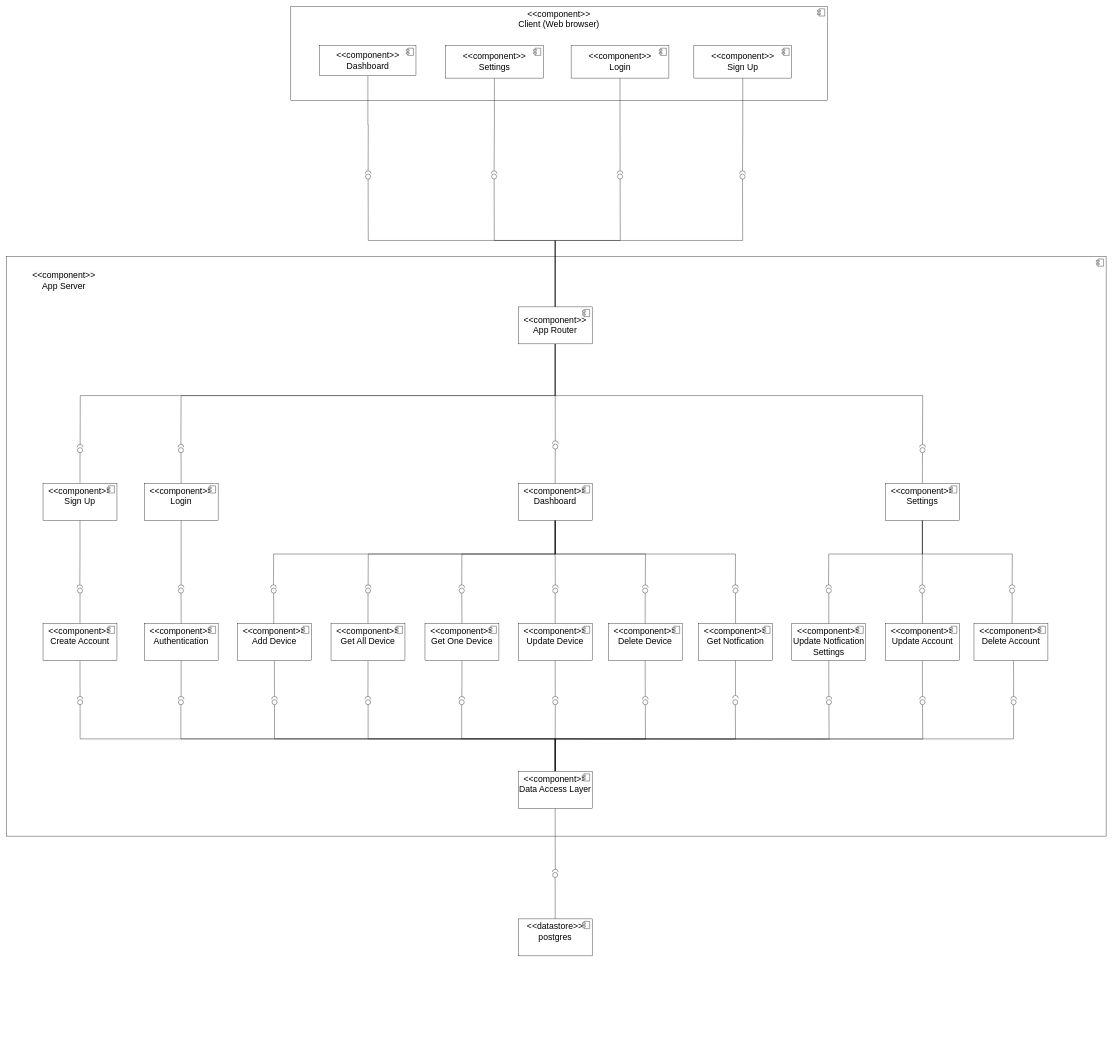
The draw.io diagram page "V2" (2 of 3) of Diagrams/compoment_diagram.drawio in AlexGithub777/BAP---Project, before the edit. Source tidied: cells renumbered, new cells numbered last; positions are measured from the earlier drawing's top-left corner, leaving out a move shared by most shapes. Both pictures are drawn from the tidied source at 36%, with x=0, y=0 at pixel (6, 6).
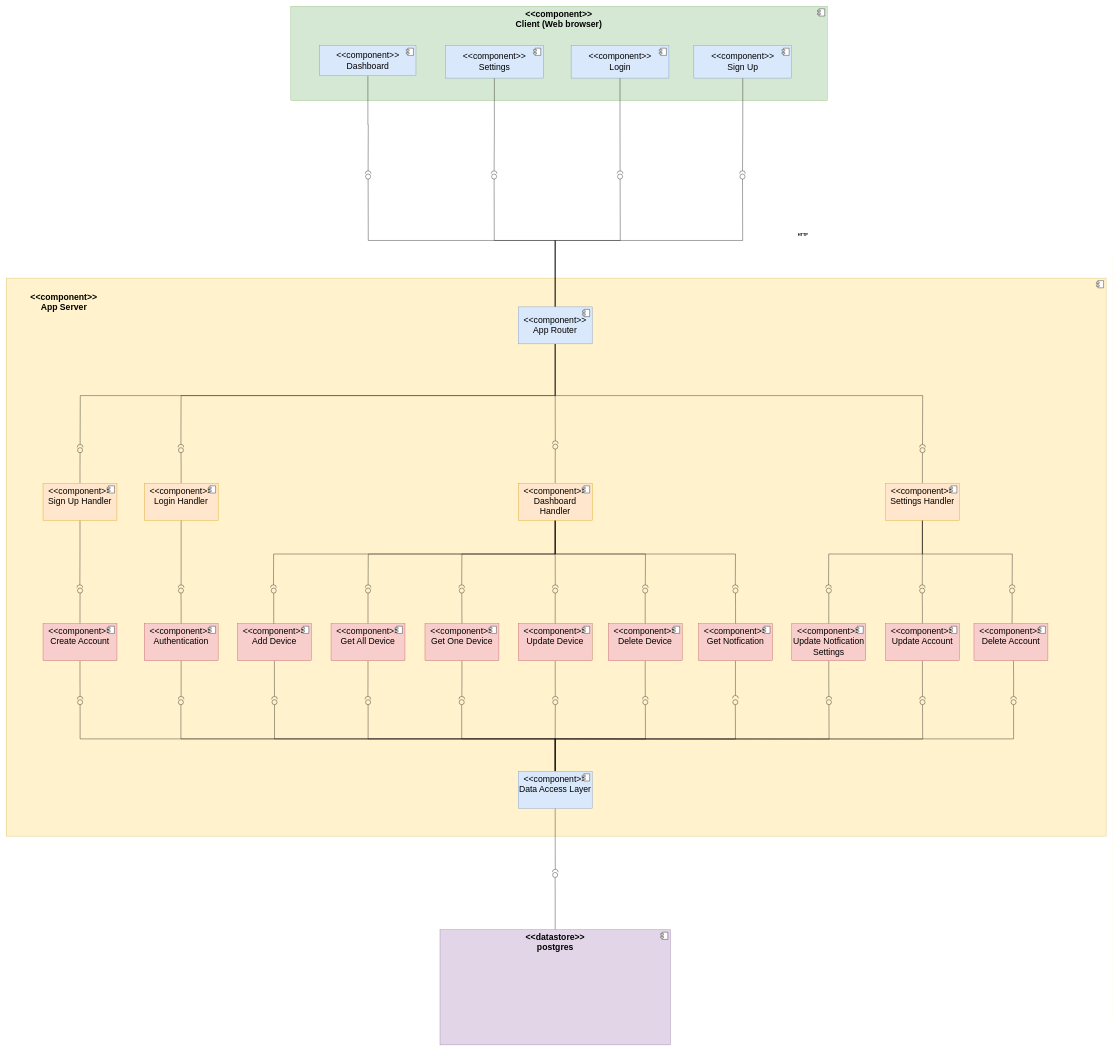
The same page after the edit.

Change to the diagram source:
```diff
@@
-    <mxCell id="2" style="html=1;whiteSpace=wrap;verticalAlign=top;fontSize=24;" parent="1" vertex="1">
-      <mxGeometry x="-0.3" y="695" width="3055.3" height="1610" as="geometry" />
+    <mxCell id="2" style="html=1;whiteSpace=wrap;verticalAlign=top;fontSize=24;fillColor=#fff2cc;strokeColor=#d6b656;" parent="1" vertex="1">
+      <mxGeometry x="-0.3" y="755" width="3055.3" height="1550" as="geometry" />
     </mxCell>
@@
-    <mxCell id="4" value="&amp;lt;&amp;lt;component&amp;gt;&amp;gt;&lt;br style=&quot;font-size: 24px;&quot;&gt;Client (Web browser)" style="html=1;whiteSpace=wrap;verticalAlign=top;fontSize=24;" parent="1" vertex="1">
+    <mxCell id="4" value="&lt;b&gt;&amp;lt;&amp;lt;component&amp;gt;&amp;gt;&lt;br style=&quot;font-size: 24px;&quot;&gt;Client (Web browser)&lt;/b&gt;" style="html=1;whiteSpace=wrap;verticalAlign=top;fontSize=24;fillColor=#d5e8d4;strokeColor=#82b366;" parent="1" vertex="1">
       <mxGeometry x="790.4" width="1490" height="261.8" as="geometry" />
     </mxCell>
@@
-    <mxCell id="7" value="&amp;lt;&amp;lt;component&amp;gt;&amp;gt;&lt;br style=&quot;font-size: 24px;&quot;&gt;Dashboard" style="html=1;whiteSpace=wrap;fontSize=24;" parent="1" vertex="1">
+    <mxCell id="7" value="&amp;lt;&amp;lt;component&amp;gt;&amp;gt;&lt;br style=&quot;font-size: 24px;&quot;&gt;Dashboard" style="html=1;whiteSpace=wrap;fontSize=24;fillColor=#dae8fc;strokeColor=#6c8ebf;" parent="1" vertex="1">
       <mxGeometry x="870.8" y="109.4" width="267.2" height="83.5" as="geometry" />
     </mxCell>
@@
-    <mxCell id="10" value="&amp;lt;&amp;lt;component&amp;gt;&amp;gt;&lt;br&gt;Settings" style="html=1;whiteSpace=wrap;fontSize=24;" parent="1" vertex="1">
+    <mxCell id="10" value="&amp;lt;&amp;lt;component&amp;gt;&amp;gt;&lt;br&gt;Settings" style="html=1;whiteSpace=wrap;fontSize=24;fillColor=#dae8fc;strokeColor=#6c8ebf;" parent="1" vertex="1">
       <mxGeometry x="1219.9" y="109.4" width="271.7" height="90" as="geometry" />
     </mxCell>
@@
-    <mxCell id="14" value="&amp;lt;&amp;lt;component&amp;gt;&amp;gt;&lt;div&gt;Get One Device&lt;/div&gt;" style="html=1;whiteSpace=wrap;verticalAlign=top;fontSize=24;" parent="1" vertex="1">
+    <mxCell id="14" value="&amp;lt;&amp;lt;component&amp;gt;&amp;gt;&lt;div&gt;Get One Device&lt;/div&gt;" style="html=1;whiteSpace=wrap;verticalAlign=top;fontSize=24;fillColor=#f8cecc;strokeColor=#b85450;" parent="1" vertex="1">
       <mxGeometry x="1163" y="1715" width="205.4" height="102.7" as="geometry" />
     </mxCell>
@@
-    <mxCell id="18" value="&lt;div style=&quot;font-size: 24px;&quot;&gt;&amp;lt;&amp;lt;component&amp;gt;&amp;gt;&lt;br&gt;Login&lt;div&gt;&lt;br&gt;&lt;/div&gt;&lt;/div&gt;" style="html=1;whiteSpace=wrap;verticalAlign=top;fontSize=24;" parent="1" vertex="1">
+    <mxCell id="18" value="&lt;div style=&quot;font-size: 24px;&quot;&gt;&amp;lt;&amp;lt;component&amp;gt;&amp;gt;&lt;br&gt;Login Handler&lt;div&gt;&lt;br&gt;&lt;/div&gt;&lt;/div&gt;" style="html=1;whiteSpace=wrap;verticalAlign=top;fontSize=24;fillColor=#ffe6cc;strokeColor=#d79b00;" parent="1" vertex="1">
       <mxGeometry x="383" y="1325" width="205.4" height="102.7" as="geometry" />
     </mxCell>
@@
-    <mxCell id="22" value="&amp;lt;&amp;lt;component&amp;gt;&amp;gt;&lt;div style=&quot;font-size: 24px;&quot;&gt;Get Notfication&lt;br style=&quot;font-size: 24px;&quot;&gt;&lt;/div&gt;" style="html=1;whiteSpace=wrap;verticalAlign=top;fontSize=24;" parent="1" vertex="1">
+    <mxCell id="22" value="&amp;lt;&amp;lt;component&amp;gt;&amp;gt;&lt;div style=&quot;font-size: 24px;&quot;&gt;Get Notfication&lt;br style=&quot;font-size: 24px;&quot;&gt;&lt;/div&gt;" style="html=1;whiteSpace=wrap;verticalAlign=top;fontSize=24;fillColor=#f8cecc;strokeColor=#b85450;" parent="1" vertex="1">
       <mxGeometry x="1923" y="1715" width="205.4" height="102.7" as="geometry" />
     </mxCell>
@@
-    <mxCell id="31" value="&lt;div style=&quot;font-size: 24px;&quot;&gt;&amp;lt;&amp;lt;component&amp;gt;&amp;gt;&lt;div&gt;Dashboard&lt;/div&gt;&lt;/div&gt;" style="html=1;whiteSpace=wrap;verticalAlign=top;fontSize=24;" parent="1" vertex="1">
+    <mxCell id="31" value="&lt;div style=&quot;font-size: 24px;&quot;&gt;&amp;lt;&amp;lt;component&amp;gt;&amp;gt;&lt;div&gt;Dashboard Handler&lt;/div&gt;&lt;/div&gt;" style="html=1;whiteSpace=wrap;verticalAlign=top;fontSize=24;fillColor=#ffe6cc;strokeColor=#d79b00;" parent="1" vertex="1">
       <mxGeometry x="1422" y="1325" width="205.4" height="102.7" as="geometry" />
     </mxCell>
@@
-    <mxCell id="45" value="&amp;lt;&amp;lt;component&amp;gt;&amp;gt;&lt;div&gt;Data Access Layer&lt;/div&gt;" style="html=1;whiteSpace=wrap;verticalAlign=top;fontSize=24;" parent="1" vertex="1">
+    <mxCell id="45" value="&amp;lt;&amp;lt;component&amp;gt;&amp;gt;&lt;div&gt;Data Access Layer&lt;/div&gt;" style="html=1;whiteSpace=wrap;verticalAlign=top;fontSize=24;fillColor=#dae8fc;strokeColor=#6c8ebf;" parent="1" vertex="1">
       <mxGeometry x="1422" y="2125" width="205.4" height="102.7" as="geometry" />
     </mxCell>
@@
-    <mxCell id="49" value="&amp;lt;&amp;lt;component&amp;gt;&amp;gt;&lt;div style=&quot;font-size: 24px;&quot;&gt;Authentication&lt;br style=&quot;font-size: 24px;&quot;&gt;&lt;/div&gt;" style="html=1;whiteSpace=wrap;verticalAlign=top;fontSize=24;" parent="1" vertex="1">
+    <mxCell id="49" value="&amp;lt;&amp;lt;component&amp;gt;&amp;gt;&lt;div style=&quot;font-size: 24px;&quot;&gt;Authentication&lt;br style=&quot;font-size: 24px;&quot;&gt;&lt;/div&gt;" style="html=1;whiteSpace=wrap;verticalAlign=top;fontSize=24;fillColor=#f8cecc;strokeColor=#b85450;" parent="1" vertex="1">
       <mxGeometry x="383" y="1715" width="205.4" height="102.7" as="geometry" />
     </mxCell>
@@
-    <mxCell id="52" value="&amp;lt;&amp;lt;datastore&amp;gt;&amp;gt;&lt;br style=&quot;font-size: 24px;&quot;&gt;postgres" style="html=1;whiteSpace=wrap;verticalAlign=top;fontSize=24;" parent="1" vertex="1">
-      <mxGeometry x="1422" y="2535" width="205.4" height="102.7" as="geometry" />
+    <mxCell id="52" value="&lt;b&gt;&amp;lt;&amp;lt;datastore&amp;gt;&amp;gt;&lt;br style=&quot;font-size: 24px;&quot;&gt;postgres&lt;/b&gt;" style="html=1;whiteSpace=wrap;verticalAlign=top;fontSize=24;fillColor=#e1d5e7;strokeColor=#9673a6;" parent="1" vertex="1">
+      <mxGeometry x="1204.7" y="2565" width="640" height="320" as="geometry" />
     </mxCell>
@@
-    <mxCell id="56" value="&amp;lt;&amp;lt;component&amp;gt;&amp;gt;&lt;div style=&quot;font-size: 24px;&quot;&gt;Get All Device&lt;br style=&quot;font-size: 24px;&quot;&gt;&lt;/div&gt;" style="html=1;whiteSpace=wrap;verticalAlign=top;fontSize=24;" parent="1" vertex="1">
+    <mxCell id="56" value="&amp;lt;&amp;lt;component&amp;gt;&amp;gt;&lt;div style=&quot;font-size: 24px;&quot;&gt;Get All Device&lt;br style=&quot;font-size: 24px;&quot;&gt;&lt;/div&gt;" style="html=1;whiteSpace=wrap;verticalAlign=top;fontSize=24;fillColor=#f8cecc;strokeColor=#b85450;" parent="1" vertex="1">
       <mxGeometry x="902" y="1715" width="205.4" height="102.7" as="geometry" />
     </mxCell>
@@
-    <mxCell id="60" value="&amp;lt;&amp;lt;component&amp;gt;&amp;gt;&lt;div style=&quot;font-size: 24px;&quot;&gt;Update Device&lt;br style=&quot;font-size: 24px;&quot;&gt;&lt;/div&gt;" style="html=1;whiteSpace=wrap;verticalAlign=top;fontSize=24;" parent="1" vertex="1">
+    <mxCell id="60" value="&amp;lt;&amp;lt;component&amp;gt;&amp;gt;&lt;div style=&quot;font-size: 24px;&quot;&gt;Update Device&lt;br style=&quot;font-size: 24px;&quot;&gt;&lt;/div&gt;" style="html=1;whiteSpace=wrap;verticalAlign=top;fontSize=24;fillColor=#f8cecc;strokeColor=#b85450;" parent="1" vertex="1">
       <mxGeometry x="1422" y="1715" width="205.4" height="102.7" as="geometry" />
     </mxCell>
@@
-    <mxCell id="64" value="&amp;lt;&amp;lt;component&amp;gt;&amp;gt;&lt;div style=&quot;font-size: 24px;&quot;&gt;Delete Device&lt;br style=&quot;font-size: 24px;&quot;&gt;&lt;/div&gt;" style="html=1;whiteSpace=wrap;verticalAlign=top;fontSize=24;" parent="1" vertex="1">
+    <mxCell id="64" value="&amp;lt;&amp;lt;component&amp;gt;&amp;gt;&lt;div style=&quot;font-size: 24px;&quot;&gt;Delete Device&lt;br style=&quot;font-size: 24px;&quot;&gt;&lt;/div&gt;" style="html=1;whiteSpace=wrap;verticalAlign=top;fontSize=24;fillColor=#f8cecc;strokeColor=#b85450;" parent="1" vertex="1">
       <mxGeometry x="1672" y="1715" width="205.4" height="102.7" as="geometry" />
     </mxCell>
@@
-    <mxCell id="68" value="&amp;lt;&amp;lt;component&amp;gt;&amp;gt;&lt;div style=&quot;font-size: 24px;&quot;&gt;Add Device&lt;br style=&quot;font-size: 24px;&quot;&gt;&lt;/div&gt;" style="html=1;whiteSpace=wrap;verticalAlign=top;fontSize=24;" parent="1" vertex="1">
+    <mxCell id="68" value="&amp;lt;&amp;lt;component&amp;gt;&amp;gt;&lt;div style=&quot;font-size: 24px;&quot;&gt;Add Device&lt;br style=&quot;font-size: 24px;&quot;&gt;&lt;/div&gt;" style="html=1;whiteSpace=wrap;verticalAlign=top;fontSize=24;fillColor=#f8cecc;strokeColor=#b85450;" parent="1" vertex="1">
       <mxGeometry x="642" y="1715" width="205.4" height="102.7" as="geometry" />
     </mxCell>
@@
-    <mxCell id="72" value="&amp;lt;&amp;lt;component&amp;gt;&amp;gt;&lt;div style=&quot;font-size: 24px;&quot;&gt;Update Account&lt;br style=&quot;font-size: 24px;&quot;&gt;&lt;div style=&quot;font-size: 24px;&quot;&gt;&lt;br style=&quot;font-size: 24px;&quot;&gt;&lt;/div&gt;&lt;/div&gt;" style="html=1;whiteSpace=wrap;verticalAlign=top;fontSize=24;" parent="1" vertex="1">
+    <mxCell id="72" value="&amp;lt;&amp;lt;component&amp;gt;&amp;gt;&lt;div style=&quot;font-size: 24px;&quot;&gt;Update Account&lt;br style=&quot;font-size: 24px;&quot;&gt;&lt;div style=&quot;font-size: 24px;&quot;&gt;&lt;br style=&quot;font-size: 24px;&quot;&gt;&lt;/div&gt;&lt;/div&gt;" style="html=1;whiteSpace=wrap;verticalAlign=top;fontSize=24;fillColor=#f8cecc;strokeColor=#b85450;" parent="1" vertex="1">
       <mxGeometry x="2442" y="1715" width="205.4" height="102.7" as="geometry" />
     </mxCell>
@@
-    <mxCell id="76" value="&amp;lt;&amp;lt;component&amp;gt;&amp;gt;&lt;div style=&quot;font-size: 24px;&quot;&gt;Delete Account&lt;br style=&quot;font-size: 24px;&quot;&gt;&lt;div style=&quot;font-size: 24px;&quot;&gt;&lt;br style=&quot;font-size: 24px;&quot;&gt;&lt;/div&gt;&lt;/div&gt;" style="html=1;whiteSpace=wrap;verticalAlign=top;fontSize=24;" parent="1" vertex="1">
+    <mxCell id="76" value="&amp;lt;&amp;lt;component&amp;gt;&amp;gt;&lt;div style=&quot;font-size: 24px;&quot;&gt;Delete Account&lt;br style=&quot;font-size: 24px;&quot;&gt;&lt;div style=&quot;font-size: 24px;&quot;&gt;&lt;br style=&quot;font-size: 24px;&quot;&gt;&lt;/div&gt;&lt;/div&gt;" style="html=1;whiteSpace=wrap;verticalAlign=top;fontSize=24;fillColor=#f8cecc;strokeColor=#b85450;" parent="1" vertex="1">
       <mxGeometry x="2688" y="1715" width="205.4" height="102.7" as="geometry" />
     </mxCell>
@@
-    <mxCell id="80" value="&amp;lt;&amp;lt;component&amp;gt;&amp;gt;&lt;div style=&quot;font-size: 24px;&quot;&gt;Update Notfication&lt;br&gt;Settings&lt;/div&gt;" style="html=1;whiteSpace=wrap;verticalAlign=top;fontSize=24;" parent="1" vertex="1">
+    <mxCell id="80" value="&amp;lt;&amp;lt;component&amp;gt;&amp;gt;&lt;div style=&quot;font-size: 24px;&quot;&gt;Update Notfication&lt;br&gt;Settings&lt;/div&gt;" style="html=1;whiteSpace=wrap;verticalAlign=top;fontSize=24;fillColor=#f8cecc;strokeColor=#b85450;" parent="1" vertex="1">
       <mxGeometry x="2182" y="1715" width="205.4" height="102.7" as="geometry" />
     </mxCell>
@@
-    <mxCell id="86" value="&lt;div style=&quot;font-size: 24px;&quot;&gt;&amp;lt;&amp;lt;component&amp;gt;&amp;gt;&lt;div&gt;Settings&lt;/div&gt;&lt;/div&gt;" style="html=1;whiteSpace=wrap;verticalAlign=top;fontSize=24;" parent="1" vertex="1">
+    <mxCell id="86" value="&lt;div style=&quot;font-size: 24px;&quot;&gt;&amp;lt;&amp;lt;component&amp;gt;&amp;gt;&lt;div&gt;Settings&amp;nbsp;&lt;span style=&quot;background-color: initial;&quot;&gt;Handler&lt;/span&gt;&lt;/div&gt;&lt;/div&gt;" style="html=1;whiteSpace=wrap;verticalAlign=top;fontSize=24;fillColor=#ffe6cc;strokeColor=#d79b00;" parent="1" vertex="1">
       <mxGeometry x="2442" y="1325" width="205.4" height="102.7" as="geometry" />
     </mxCell>
@@
-    <mxCell id="96" value="&amp;lt;&amp;lt;component&amp;gt;&amp;gt;&lt;div style=&quot;font-size: 24px;&quot;&gt;App Router&lt;/div&gt;" style="html=1;whiteSpace=wrap;verticalAlign=middle;fontSize=24;" parent="1" vertex="1">
+    <mxCell id="96" value="&amp;lt;&amp;lt;component&amp;gt;&amp;gt;&lt;div style=&quot;font-size: 24px;&quot;&gt;App Router&lt;/div&gt;" style="html=1;whiteSpace=wrap;verticalAlign=middle;fontSize=24;fillColor=#dae8fc;strokeColor=#6c8ebf;" parent="1" vertex="1">
       <mxGeometry x="1422" y="835" width="205.4" height="102.7" as="geometry" />
     </mxCell>
@@
-    <mxCell id="99" value="&amp;lt;&amp;lt;component&amp;gt;&amp;gt;&lt;br&gt;Login" style="html=1;whiteSpace=wrap;fontSize=24;" parent="1" vertex="1">
+    <mxCell id="99" value="&amp;lt;&amp;lt;component&amp;gt;&amp;gt;&lt;br&gt;Login" style="html=1;whiteSpace=wrap;fontSize=24;fillColor=#dae8fc;strokeColor=#6c8ebf;" parent="1" vertex="1">
       <mxGeometry x="1568.9" y="109.4" width="271.7" height="90" as="geometry" />
     </mxCell>
@@
-    <mxCell id="102" value="&amp;lt;&amp;lt;component&amp;gt;&amp;gt;&lt;br&gt;Sign Up" style="html=1;whiteSpace=wrap;fontSize=24;" parent="1" vertex="1">
+    <mxCell id="102" value="&amp;lt;&amp;lt;component&amp;gt;&amp;gt;&lt;br&gt;Sign Up" style="html=1;whiteSpace=wrap;fontSize=24;fillColor=#dae8fc;strokeColor=#6c8ebf;" parent="1" vertex="1">
       <mxGeometry x="1909.9" y="109.4" width="271.7" height="90" as="geometry" />
     </mxCell>
@@
-    <mxCell id="106" value="&lt;div style=&quot;font-size: 24px;&quot;&gt;&amp;lt;&amp;lt;component&amp;gt;&amp;gt;&lt;br&gt;Sign Up&lt;br&gt;&lt;div&gt;&lt;br&gt;&lt;/div&gt;&lt;/div&gt;" style="html=1;whiteSpace=wrap;verticalAlign=top;fontSize=24;" parent="1" vertex="1">
+    <mxCell id="106" value="&lt;div style=&quot;font-size: 24px;&quot;&gt;&amp;lt;&amp;lt;component&amp;gt;&amp;gt;&lt;br&gt;Sign Up Handler&lt;br&gt;&lt;div&gt;&lt;br&gt;&lt;/div&gt;&lt;/div&gt;" style="html=1;whiteSpace=wrap;verticalAlign=top;fontSize=24;fillColor=#ffe6cc;strokeColor=#d79b00;" parent="1" vertex="1">
       <mxGeometry x="102" y="1325" width="205.4" height="102.7" as="geometry" />
     </mxCell>
@@
-    <mxCell id="110" value="&amp;lt;&amp;lt;component&amp;gt;&amp;gt;&lt;div style=&quot;font-size: 24px;&quot;&gt;Create Account&lt;br style=&quot;font-size: 24px;&quot;&gt;&lt;/div&gt;" style="html=1;whiteSpace=wrap;verticalAlign=top;fontSize=24;" parent="1" vertex="1">
+    <mxCell id="110" value="&amp;lt;&amp;lt;component&amp;gt;&amp;gt;&lt;div style=&quot;font-size: 24px;&quot;&gt;Create Account&lt;br style=&quot;font-size: 24px;&quot;&gt;&lt;/div&gt;" style="html=1;whiteSpace=wrap;verticalAlign=top;fontSize=24;fillColor=#f8cecc;strokeColor=#b85450;" parent="1" vertex="1">
       <mxGeometry x="102" y="1715" width="205.4" height="102.7" as="geometry" />
     </mxCell>
@@
-    <mxCell id="112" value="&lt;span style=&quot;font-size: 24px; background-color: rgb(251, 251, 251);&quot;&gt;&amp;lt;&amp;lt;component&amp;gt;&amp;gt;&lt;/span&gt;&lt;br style=&quot;font-size: 24px; background-color: rgb(251, 251, 251);&quot;&gt;&lt;span style=&quot;font-size: 24px; background-color: rgb(251, 251, 251);&quot;&gt;App Server&lt;/span&gt;" style="text;html=1;align=center;verticalAlign=middle;whiteSpace=wrap;rounded=0;fontFamily=Helvetica;fontSize=11;fontColor=default;labelBackgroundColor=default;" parent="1" vertex="1">
-      <mxGeometry x="-0.3" y="695" width="320" height="134" as="geometry" />
+    <mxCell id="112" value="&lt;span style=&quot;font-size: 24px;&quot;&gt;&amp;lt;&amp;lt;component&amp;gt;&amp;gt;&lt;/span&gt;&lt;br style=&quot;font-size: 24px;&quot;&gt;&lt;span style=&quot;font-size: 24px;&quot;&gt;App Server&lt;/span&gt;" style="text;html=1;align=center;verticalAlign=middle;whiteSpace=wrap;rounded=0;fontFamily=Helvetica;fontSize=11;labelBackgroundColor=none;fillColor=#fff2cc;strokeColor=#d6b656;opacity=0;fontStyle=1;" parent="1" vertex="1">
+      <mxGeometry x="-0.3" y="755" width="320" height="134" as="geometry" />
     </mxCell>
+    <mxCell id="113" value="HTTP" style="text;html=1;align=center;verticalAlign=middle;whiteSpace=wrap;rounded=0;fontFamily=Helvetica;fontSize=11;labelBackgroundColor=none;fillColor=#fff2cc;strokeColor=#d6b656;opacity=0;fontStyle=1;" parent="1" vertex="1">
+      <mxGeometry x="2128.4" y="595" width="170" height="80" as="geometry" />
+    </mxCell>
```
